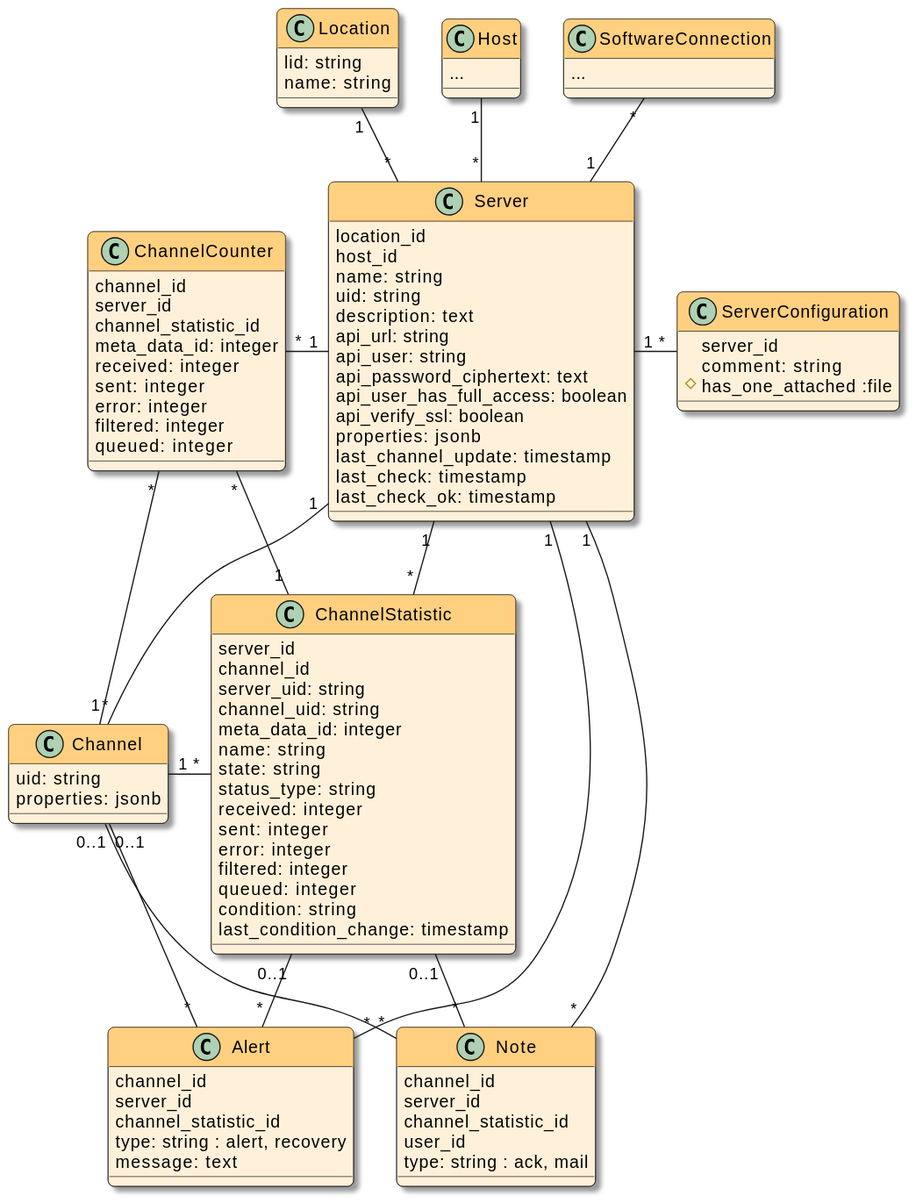
This is doc/dev-notes/modules/ROOT/images/models.svg from swobspace/mirco, a PlantUML export, as it was before one commit.
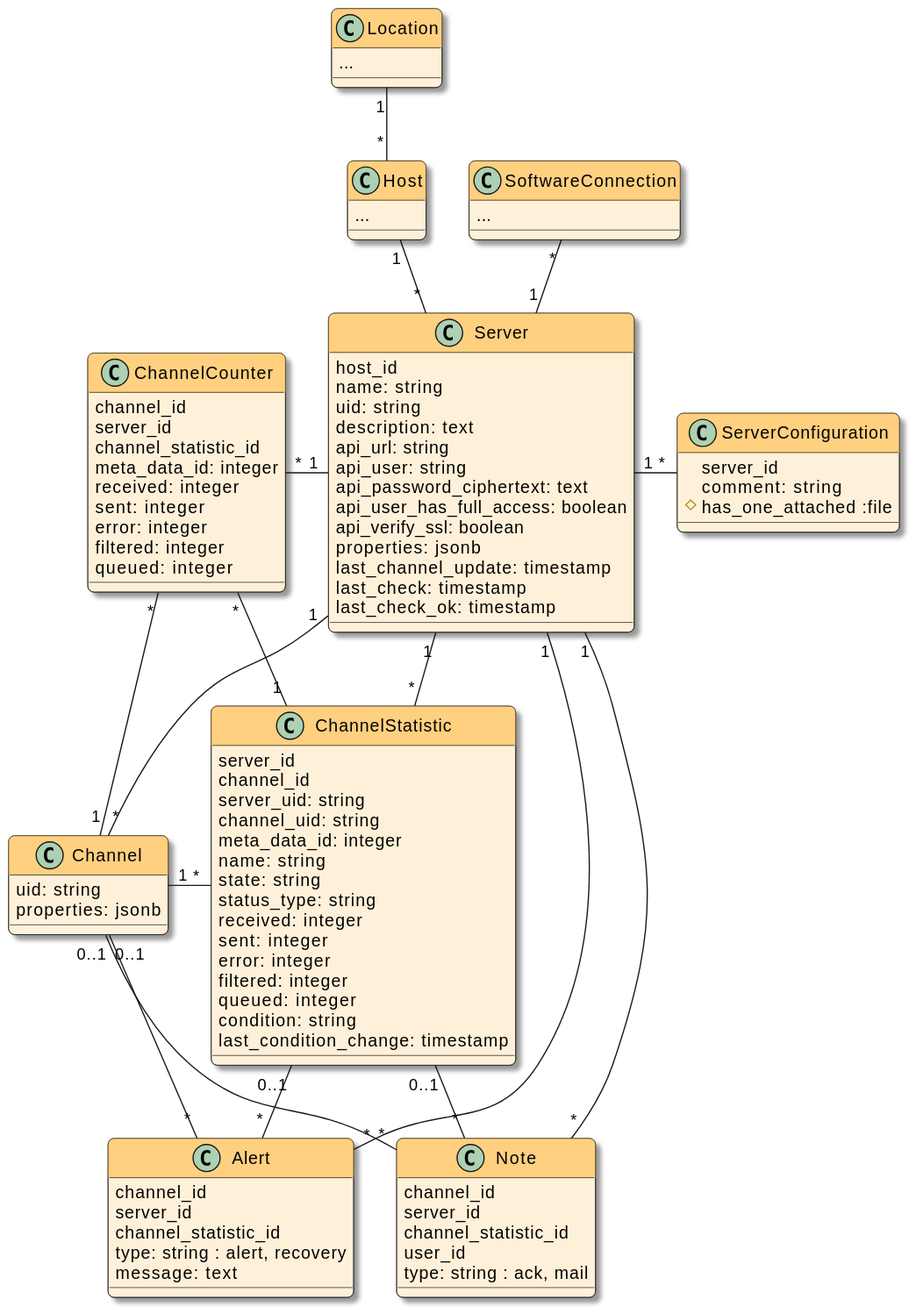
Above is the later version.

The edit, as a diff of the source:
```diff
@@ -4,8 +4,7 @@
 !theme mirco from .
 
 class Location {
-  lid: string
-  name: string
+  ...
 }
 class Host {
   ...
@@ -15,7 +14,6 @@
 }
 
 class Server  {
-  location_id
   host_id
   name: string
   uid: string
@@ -88,7 +86,7 @@
   # has_one_attached :file
 }
 
-Location "1" -- "*" Server
+Location "1" -- "*" Host
 Host "1" -- "*" Server
 SoftwareConnection "*" -- "1" "Server"
 Server "1" -- "*" Channel
```
